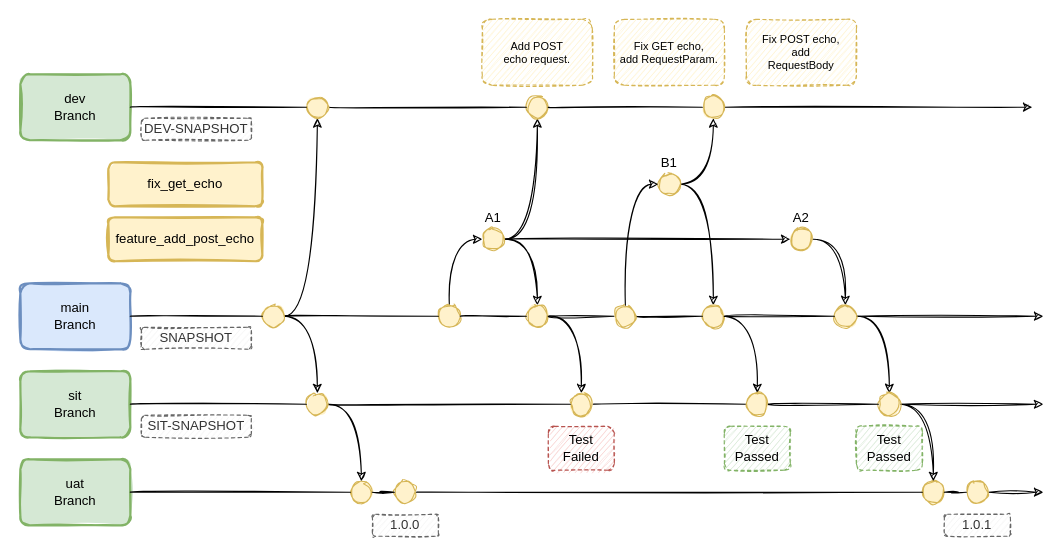
This is page "03-Release Sample" (3 of 7) of gitlab-flow.drawio from andylke/docs-gitlab-flow, a draw.io file, before an edit. Source tidied: cells renumbered, new cells numbered last; positions are measured from the earlier drawing's top-left corner, leaving out a move shared by most shapes. Both pictures are drawn from the tidied source at 110%, with x=0, y=0 at pixel (20, 19).
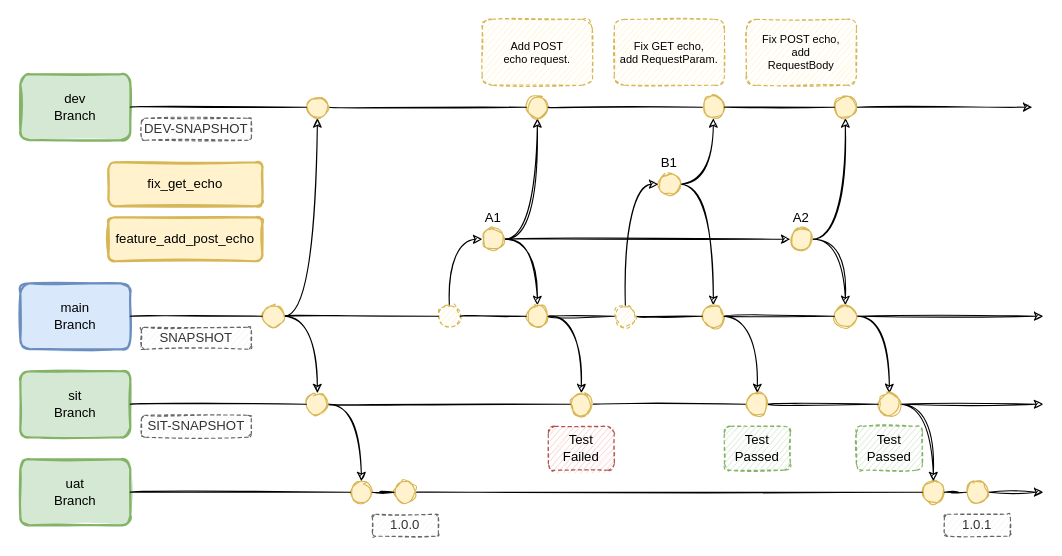
Above is the later version.

The change refers to these unchanged cells:
```xml
<mxCell id="32" value="A2" style="ellipse;whiteSpace=wrap;html=1;labelPosition=center;verticalLabelPosition=top;align=center;verticalAlign=bottom;sketch=1;fillColor=#fff2cc;strokeColor=#d6b656;fillStyle=solid;" parent="1" vertex="1">
  <mxGeometry x="700" y="190" width="20" height="20" as="geometry" />
</mxCell>
<mxCell id="53" style="ellipse;whiteSpace=wrap;html=1;sketch=1;fillColor=#fff2cc;strokeColor=#d6b656;fillStyle=solid;" parent="1" vertex="1">
  <mxGeometry x="620" y="70" width="20" height="20" as="geometry" />
</mxCell>
```

The edit, as a diff of the source:
```diff
@@
-    <mxCell id="10" style="ellipse;whiteSpace=wrap;html=1;sketch=1;fillColor=#fff2cc;strokeColor=#d6b656;fillStyle=solid;" parent="1" vertex="1">
+    <mxCell id="10" style="ellipse;whiteSpace=wrap;html=1;sketch=1;fillColor=#fff2cc;strokeColor=#d6b656;fillStyle=hachure;gradientColor=#ffffff;dashed=1;" parent="1" vertex="1">
       <mxGeometry x="380" y="260" width="20" height="20" as="geometry" />
     </mxCell>
@@
+    <mxCell id="76" style="edgeStyle=orthogonalEdgeStyle;curved=1;sketch=1;jettySize=auto;html=1;exitX=1;exitY=0.5;exitDx=0;exitDy=0;entryX=0.5;entryY=1;entryDx=0;entryDy=0;" parent="1" edge="1" source="32" target="77">
+      <mxGeometry relative="1" as="geometry" />
+    </mxCell>
@@
-    <mxCell id="49" style="ellipse;whiteSpace=wrap;html=1;sketch=1;fillColor=#fff2cc;strokeColor=#d6b656;fillStyle=solid;" parent="1" vertex="1">
+    <mxCell id="49" style="ellipse;whiteSpace=wrap;html=1;sketch=1;fillColor=#fff2cc;strokeColor=#d6b656;fillStyle=hachure;dashed=1;" parent="1" vertex="1">
       <mxGeometry x="540" y="260" width="20" height="20" as="geometry" />
     </mxCell>
-    <mxCell id="50" style="edgeStyle=orthogonalEdgeStyle;curved=1;sketch=1;jettySize=auto;html=1;endArrow=classic;endFill=1;startArrow=none;" parent="1" edge="1" source="53">
+    <mxCell id="50" style="edgeStyle=orthogonalEdgeStyle;curved=1;sketch=1;jettySize=auto;html=1;endArrow=classic;endFill=1;startArrow=none;" parent="1" edge="1" source="77">
       <mxGeometry relative="1" as="geometry">
         <mxPoint x="920" y="80" as="targetPoint" />
       </mxGeometry>
     </mxCell>
@@
+    <mxCell id="77" style="ellipse;whiteSpace=wrap;html=1;sketch=1;fillColor=#fff2cc;strokeColor=#d6b656;fillStyle=solid;" parent="1" vertex="1">
+      <mxGeometry x="740" y="70" width="20" height="20" as="geometry" />
+    </mxCell>
+    <mxCell id="78" style="edgeStyle=orthogonalEdgeStyle;curved=1;sketch=1;jettySize=auto;html=1;endArrow=none;endFill=1;startArrow=none;" parent="1" edge="1" source="53" target="77">
+      <mxGeometry relative="1" as="geometry" />
+    </mxCell>
```
